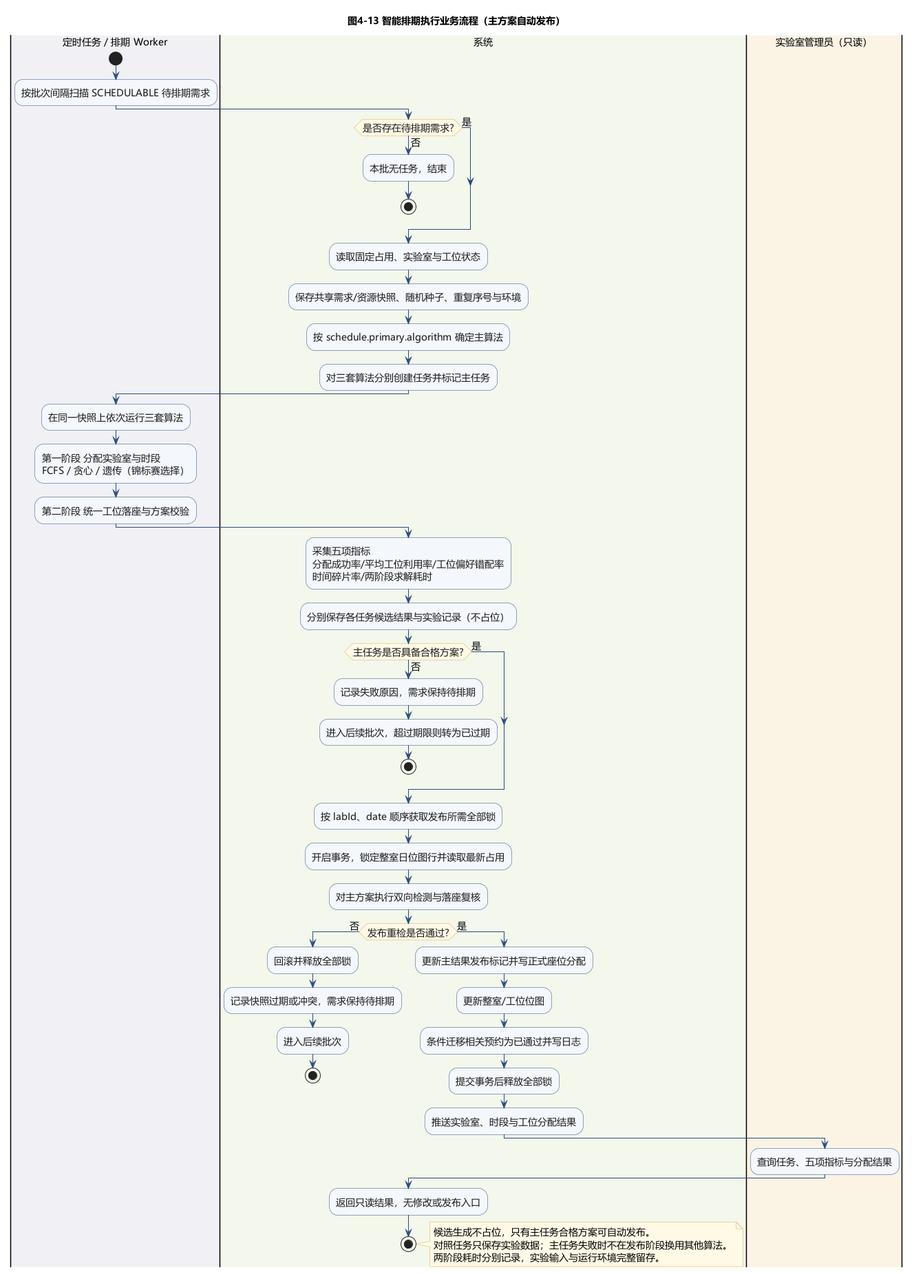
Above: doc/uml/business-process/16_bp_scheduling.png in SLeePY-VW50/- (PlantUML), before the change.
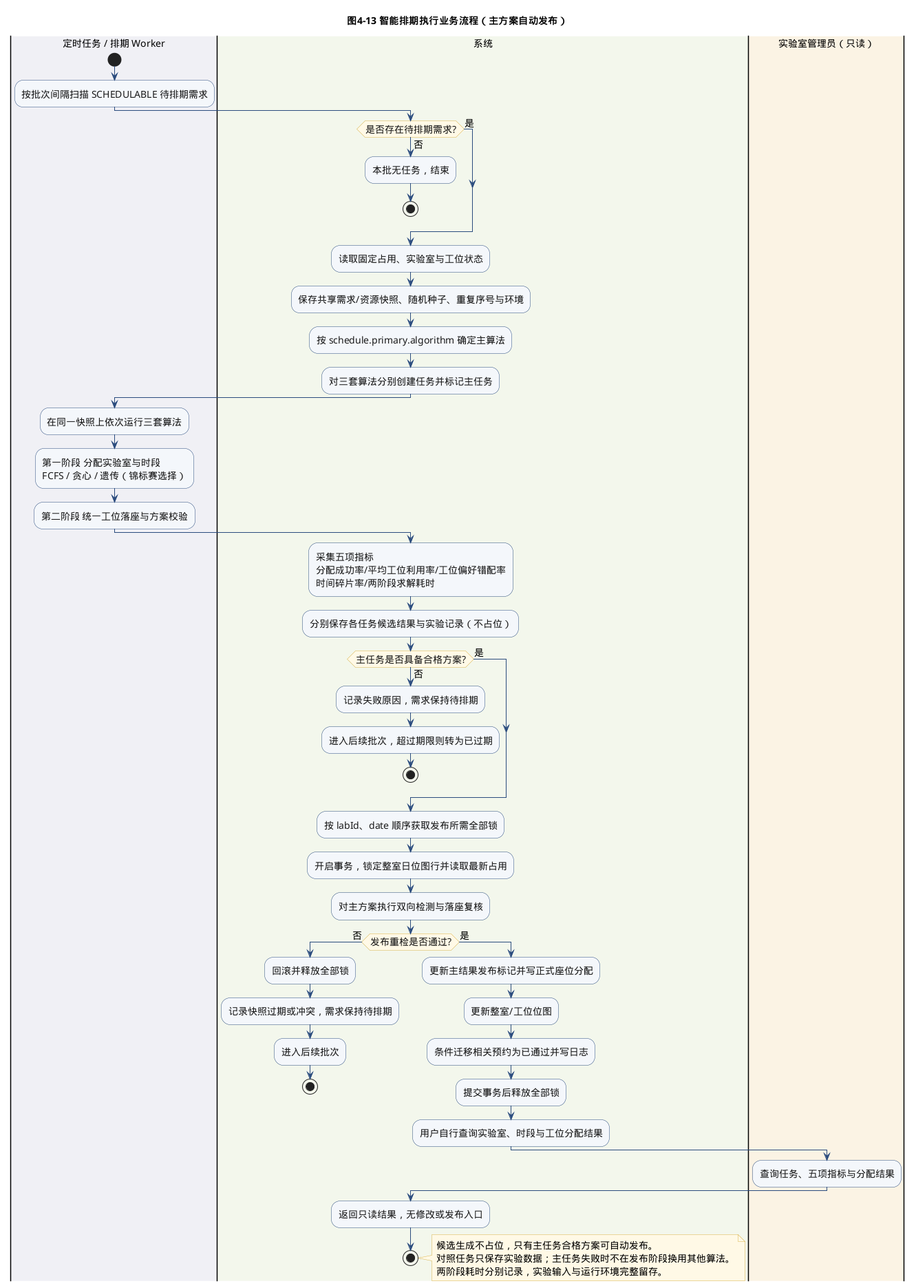
After the change.

What changed in the source:
```diff
@@ -49,7 +49,7 @@
   :更新整室/工位位图;
   :条件迁移相关预约为已通过并写日志;
   :提交事务后释放全部锁;
-  :推送实验室、时段与工位分配结果;
+  :用户自行查询实验室、时段与工位分配结果;
 endif
 
 |实验室管理员（只读）|
```
